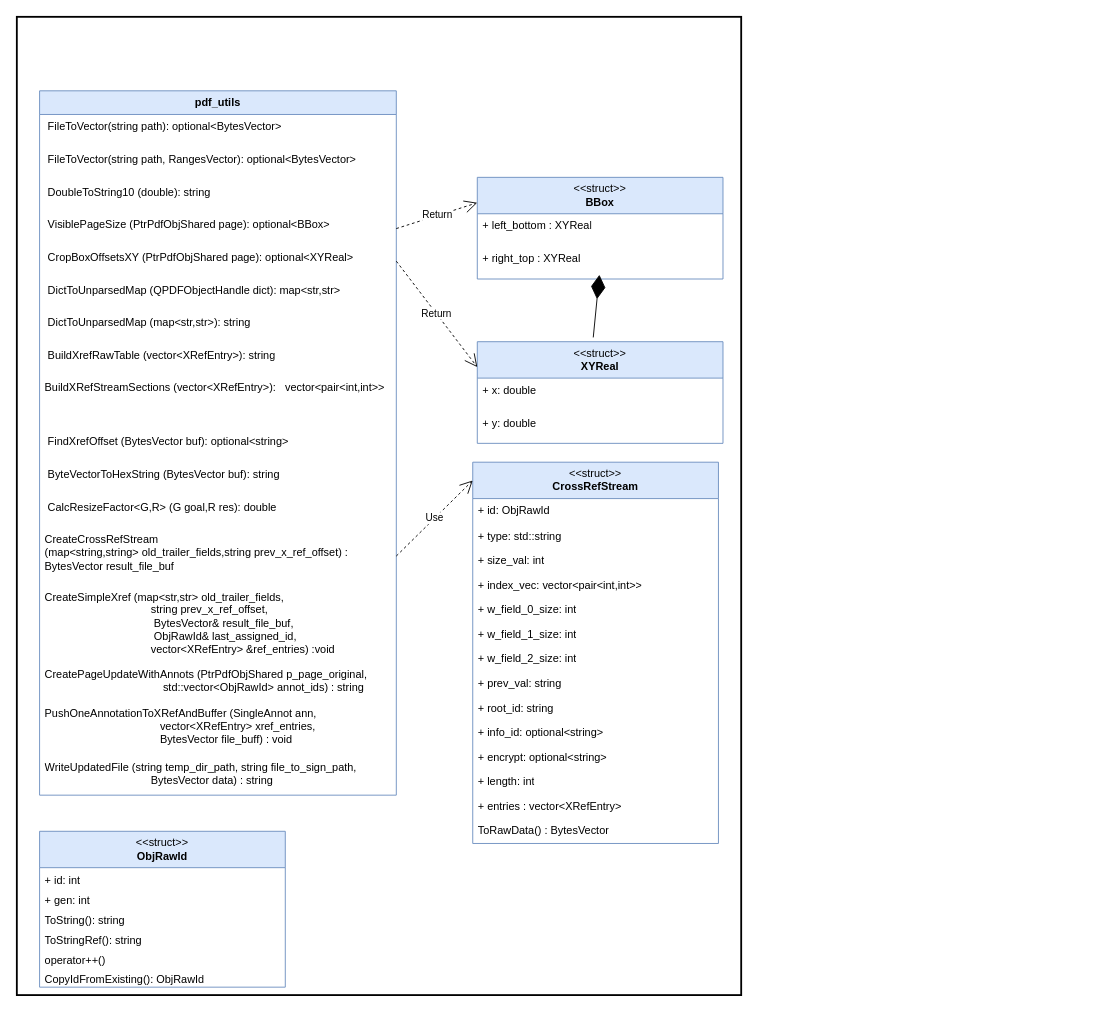
Above: page "PDF utils" (14 of 17) of basic_struct_draft.drawio in 3036662/pdf_scp (draw.io), before the change. Source tidied: cells renumbered, new cells numbered last; positions are measured from the earlier drawing's top-left corner, leaving out a move shared by most shapes. Both pictures are drawn from the tidied source at 91%, with x=0, y=0 at pixel (16, 16).
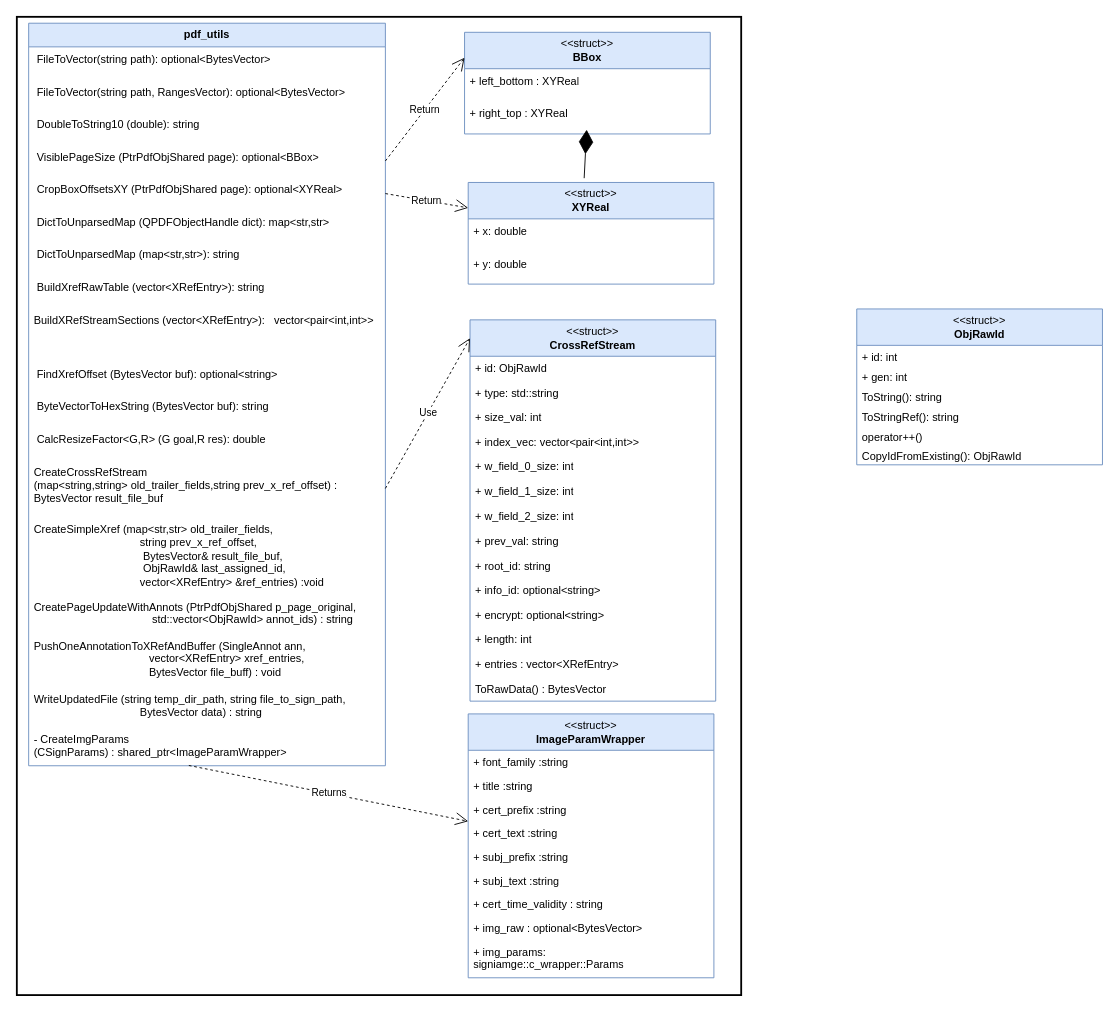
The same diagram, later.

What changed in the source:
```diff
@@
     <mxCell id="3" value="&lt;b&gt;pdf_utils&lt;/b&gt;" style="swimlane;fontStyle=0;horizontal=1;startSize=26;fillColor=#dae8fc;whiteSpace=wrap;html=1;strokeColor=#6c8ebf;" parent="1" vertex="1">
-      <mxGeometry x="25" y="81.3" width="392" height="774" as="geometry" />
+      <mxGeometry x="13" y="7" width="392" height="816" as="geometry" />
     </mxCell>
@@
+    <mxCell id="53" value="- CreateImgParams&lt;br&gt; (CSignParams) : shared_ptr&amp;lt;ImageParamWrapper&amp;gt;" style="text;strokeColor=none;fillColor=none;align=left;verticalAlign=top;spacingLeft=4;spacingRight=4;overflow=hidden;points=[[0,0.5],[1,0.5]];portConstraint=eastwest;whiteSpace=wrap;html=1;fontSize=12;" parent="3" vertex="1">
+      <mxGeometry y="774" width="392" height="42" as="geometry" />
+    </mxCell>
     <mxCell id="21" value="&lt;div&gt;&amp;lt;&amp;lt;struct&amp;gt;&amp;gt;&lt;b&gt;&lt;br&gt;&lt;/b&gt;&lt;/div&gt;&lt;div&gt;&lt;b&gt;XYReal&lt;/b&gt;&lt;/div&gt;" style="swimlane;fontStyle=0;horizontal=1;startSize=40;fillColor=#dae8fc;whiteSpace=wrap;html=1;strokeColor=#6c8ebf;" parent="1" vertex="1">
-      <mxGeometry x="506" y="357" width="270" height="111.7" as="geometry" />
+      <mxGeometry x="496" y="182" width="270" height="111.7" as="geometry" />
     </mxCell>
@@
     <mxCell id="24" value="&lt;div&gt;&amp;lt;&amp;lt;struct&amp;gt;&amp;gt;&lt;b&gt;&lt;br&gt;&lt;/b&gt;&lt;/div&gt;&lt;div&gt;&lt;b&gt;BBox&lt;/b&gt;&lt;/div&gt;" style="swimlane;fontStyle=0;horizontal=1;startSize=40;fillColor=#dae8fc;whiteSpace=wrap;html=1;strokeColor=#6c8ebf;" parent="1" vertex="1">
-      <mxGeometry x="506" y="176.4" width="270" height="111.7" as="geometry" />
+      <mxGeometry x="492" y="17" width="270" height="111.7" as="geometry" />
     </mxCell>
@@
     <mxCell id="30" value="&amp;lt;&amp;lt;struct&amp;gt;&amp;gt;&lt;b&gt;&lt;br&gt;CrossRefStream&lt;/b&gt;" style="swimlane;fontStyle=0;horizontal=1;startSize=40;fillColor=#dae8fc;whiteSpace=wrap;html=1;strokeColor=#6c8ebf;" parent="1" vertex="1">
-      <mxGeometry x="501" y="489.4" width="270" height="419" as="geometry" />
+      <mxGeometry x="498" y="333" width="270" height="419" as="geometry" />
     </mxCell>
@@
     <mxCell id="46" value="&amp;lt;&amp;lt;struct&amp;gt;&amp;gt;&lt;b&gt;&lt;br&gt;ObjRawId&lt;/b&gt;" style="swimlane;fontStyle=0;horizontal=1;startSize=40;fillColor=#dae8fc;whiteSpace=wrap;html=1;strokeColor=#6c8ebf;" parent="1" vertex="1">
-      <mxGeometry x="25" y="895" width="270" height="171.3" as="geometry" />
+      <mxGeometry x="923" y="321" width="270" height="171.3" as="geometry" />
     </mxCell>
@@
+    <mxCell id="54" value="&lt;div&gt;&amp;lt;&amp;lt;struct&amp;gt;&amp;gt;&lt;b&gt;&lt;br&gt;&lt;/b&gt;&lt;/div&gt;&lt;div&gt;&lt;b&gt;ImageParamWrapper&lt;/b&gt;&lt;/div&gt;" style="swimlane;fontStyle=0;horizontal=1;startSize=40;fillColor=#dae8fc;whiteSpace=wrap;html=1;strokeColor=#6c8ebf;" parent="1" vertex="1">
+      <mxGeometry x="496" y="766" width="270" height="290" as="geometry" />
+    </mxCell>
+    <mxCell id="55" value="+ font_family :string" style="text;strokeColor=none;fillColor=none;align=left;verticalAlign=top;spacingLeft=4;spacingRight=4;overflow=hidden;whiteSpace=wrap;html=1;" parent="54" vertex="1">
+      <mxGeometry y="40" width="270" height="26" as="geometry" />
+    </mxCell>
+    <mxCell id="56" value="+ title :string" style="text;strokeColor=none;fillColor=none;align=left;verticalAlign=top;spacingLeft=4;spacingRight=4;overflow=hidden;whiteSpace=wrap;html=1;" parent="54" vertex="1">
+      <mxGeometry y="66" width="270" height="26" as="geometry" />
+    </mxCell>
+    <mxCell id="57" value="+ cert_prefix :string" style="text;strokeColor=none;fillColor=none;align=left;verticalAlign=top;spacingLeft=4;spacingRight=4;overflow=hidden;whiteSpace=wrap;html=1;" parent="54" vertex="1">
+      <mxGeometry y="92" width="270" height="26" as="geometry" />
+    </mxCell>
+    <mxCell id="58" value="+ cert_text :string" style="text;strokeColor=none;fillColor=none;align=left;verticalAlign=top;spacingLeft=4;spacingRight=4;overflow=hidden;whiteSpace=wrap;html=1;" parent="54" vertex="1">
+      <mxGeometry y="118" width="270" height="26" as="geometry" />
+    </mxCell>
+    <mxCell id="59" value="+ subj_prefix :string" style="text;strokeColor=none;fillColor=none;align=left;verticalAlign=top;spacingLeft=4;spacingRight=4;overflow=hidden;whiteSpace=wrap;html=1;" parent="54" vertex="1">
+      <mxGeometry y="144" width="270" height="26" as="geometry" />
+    </mxCell>
+    <mxCell id="60" value="+ subj_text :string" style="text;strokeColor=none;fillColor=none;align=left;verticalAlign=top;spacingLeft=4;spacingRight=4;overflow=hidden;whiteSpace=wrap;html=1;" parent="54" vertex="1">
+      <mxGeometry y="170" width="270" height="26" as="geometry" />
+    </mxCell>
+    <mxCell id="61" value="+ cert_time_validity : string" style="text;strokeColor=none;fillColor=none;align=left;verticalAlign=top;spacingLeft=4;spacingRight=4;overflow=hidden;whiteSpace=wrap;html=1;" parent="54" vertex="1">
+      <mxGeometry y="196" width="270" height="26" as="geometry" />
+    </mxCell>
+    <mxCell id="62" value="+ img_raw : optional&amp;lt;BytesVector&amp;gt;" style="text;strokeColor=none;fillColor=none;align=left;verticalAlign=top;spacingLeft=4;spacingRight=4;overflow=hidden;whiteSpace=wrap;html=1;" parent="54" vertex="1">
+      <mxGeometry y="222" width="270" height="26" as="geometry" />
+    </mxCell>
+    <mxCell id="63" value="&lt;div&gt;+ img_params:&lt;/div&gt;&lt;div&gt;signiamge::c_wrapper::Params&lt;/div&gt;" style="text;strokeColor=none;fillColor=none;align=left;verticalAlign=top;spacingLeft=4;spacingRight=4;overflow=hidden;whiteSpace=wrap;html=1;" parent="54" vertex="1">
+      <mxGeometry y="248" width="270" height="42" as="geometry" />
+    </mxCell>
+    <mxCell id="64" value="Returns" style="endArrow=open;endSize=12;dashed=1;html=1;rounded=0;exitX=0.449;exitY=0.992;exitDx=0;exitDy=0;exitPerimeter=0;" parent="1" edge="1" source="53" target="54">
+      <mxGeometry relative="1" as="geometry" />
+    </mxCell>
```
